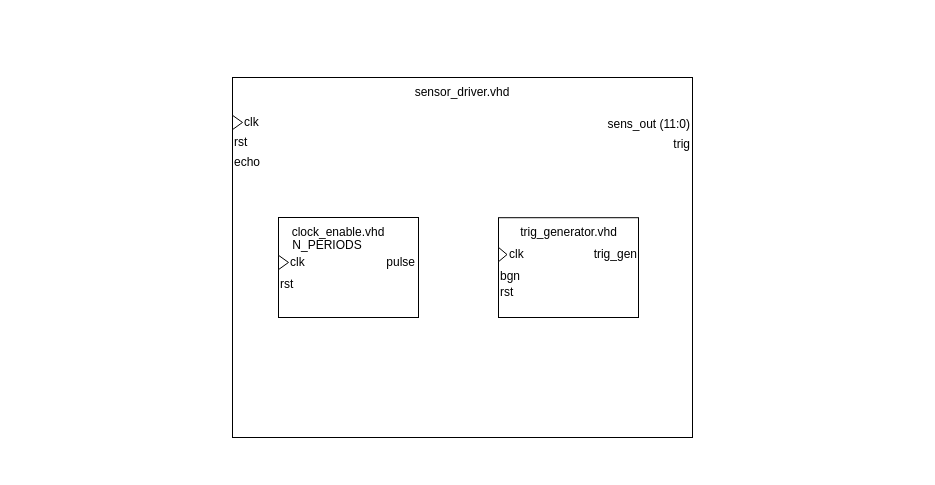
nemecekvit/Ultrasound-controller keeps this draw.io diagram as Diagrams/sensor_driver.drawio. Above is the earlier version. Source tidied: cells renumbered, new cells numbered last; positions are measured from the earlier drawing's top-left corner, leaving out a move shared by most shapes. Both pictures are drawn from the tidied source at 100%, with x=0, y=0 at pixel (232, 77).
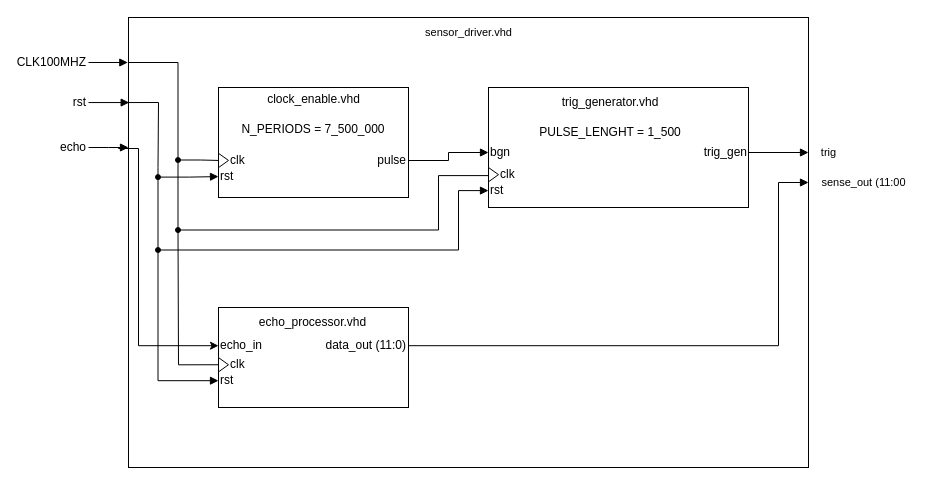
The same page after the edit.

Commit message:
sensor_driver edited

What changed in the source:
```diff
@@
-    <mxCell id="2" style="rounded=0;whiteSpace=wrap;html=1;" parent="1" vertex="1">
-      <mxGeometry width="460" height="360" as="geometry" />
-    </mxCell>
+    <mxCell id="26" style="rounded=0;whiteSpace=wrap;html=1;fontFamily=Helvetica;fontSize=11;fontColor=default;labelBackgroundColor=default;fillColor=none;" parent="1" vertex="1">
+      <mxGeometry x="-104" y="-60" width="680" height="450" as="geometry" />
+    </mxCell>
+    <mxCell id="27" style="group;align=left;" parent="1" vertex="1">
+      <mxGeometry x="-14" y="10" width="190" height="140" as="geometry" />
+    </mxCell>
+    <mxCell id="28" style="rounded=0;whiteSpace=wrap;html=1;" parent="27" vertex="1">
+      <mxGeometry width="190" height="110" as="geometry" />
+    </mxCell>
+    <mxCell id="12" value="clock_enable.vhd" style="text;html=1;align=center;verticalAlign=middle;whiteSpace=wrap;rounded=0;" parent="27" vertex="1">
+      <mxGeometry x="47.5" y="-7.1" width="95" height="38.2" as="geometry" />
+    </mxCell>
+    <mxCell id="29" value="clk" style="text;html=1;align=left;verticalAlign=middle;whiteSpace=wrap;rounded=0;" parent="27" vertex="1">
+      <mxGeometry x="10" y="53.9" width="95" height="38.2" as="geometry" />
+    </mxCell>
+    <mxCell id="30" value="rst" style="text;html=1;align=left;verticalAlign=middle;whiteSpace=wrap;rounded=0;" parent="27" vertex="1">
+      <mxGeometry y="70" width="95" height="38.2" as="geometry" />
+    </mxCell>
+    <mxCell id="17" value="pulse" style="text;html=1;align=right;verticalAlign=middle;whiteSpace=wrap;rounded=0;" parent="27" vertex="1">
+      <mxGeometry x="95" y="53.9" width="95" height="38.2" as="geometry" />
+    </mxCell>
+    <mxCell id="31" value="N_PERIODS = 7_500_000" style="text;html=1;align=center;verticalAlign=middle;whiteSpace=wrap;rounded=0;" parent="27" vertex="1">
+      <mxGeometry x="20" y="23.3" width="150" height="38.2" as="geometry" />
+    </mxCell>
+    <mxCell id="32" style="triangle;whiteSpace=wrap;html=1;fontFamily=Helvetica;fontSize=11;fontColor=default;labelBackgroundColor=default;" parent="27" vertex="1">
+      <mxGeometry y="65.8" width="10" height="14.3" as="geometry" />
+    </mxCell>
+    <mxCell id="33" style="rounded=0;whiteSpace=wrap;html=1;" parent="1" vertex="1">
+      <mxGeometry x="256" y="10" width="260" height="120" as="geometry" />
+    </mxCell>
+    <mxCell id="20" value="trig_generator.vhd" style="text;html=1;align=center;verticalAlign=middle;whiteSpace=wrap;rounded=0;" parent="1" vertex="1">
+      <mxGeometry x="329.1" y="10" width="97.5" height="30" as="geometry" />
+    </mxCell>
+    <mxCell id="34" value="rst" style="text;html=1;align=left;verticalAlign=middle;whiteSpace=wrap;rounded=0;" parent="1" vertex="1">
+      <mxGeometry x="256" y="98.1" width="97.5" height="30" as="geometry" />
+    </mxCell>
+    <mxCell id="23" value="bgn" style="text;html=1;align=left;verticalAlign=middle;whiteSpace=wrap;rounded=0;" parent="1" vertex="1">
+      <mxGeometry x="256" y="60" width="97.5" height="30" as="geometry" />
+    </mxCell>
+    <mxCell id="35" style="edgeStyle=orthogonalEdgeStyle;shape=connector;rounded=0;jettySize=auto;html=1;strokeColor=default;align=center;verticalAlign=middle;fontFamily=Helvetica;fontSize=11;fontColor=default;labelBackgroundColor=default;startFill=0;endArrow=block;endFill=1;" parent="1" edge="1" source="25" target="8">
+      <mxGeometry relative="1" as="geometry" />
+    </mxCell>
+    <mxCell id="25" value="trig_gen" style="text;html=1;align=right;verticalAlign=middle;whiteSpace=wrap;rounded=0;" parent="1" vertex="1">
+      <mxGeometry x="418.5" y="60" width="97.5" height="30" as="geometry" />
+    </mxCell>
+    <mxCell id="36" value="PULSE_LENGHT = 1_500" style="text;html=1;align=center;verticalAlign=middle;whiteSpace=wrap;rounded=0;" parent="1" vertex="1">
+      <mxGeometry x="304.8" y="30" width="146.2" height="50" as="geometry" />
+    </mxCell>
+    <mxCell id="37" style="group;" parent="1" vertex="1">
+      <mxGeometry x="-14" y="230" width="190" height="100" as="geometry" />
+    </mxCell>
+    <mxCell id="38" style="rounded=0;whiteSpace=wrap;html=1;" parent="37" vertex="1">
+      <mxGeometry width="190" height="100" as="geometry" />
+    </mxCell>
+    <mxCell id="39" value="echo_processor.vhd" style="text;html=1;align=center;verticalAlign=middle;whiteSpace=wrap;rounded=0;" parent="37" vertex="1">
+      <mxGeometry x="59.4" width="71.2" height="30" as="geometry" />
+    </mxCell>
+    <mxCell id="40" value="rst" style="text;html=1;align=left;verticalAlign=middle;whiteSpace=wrap;rounded=0;" parent="37" vertex="1">
+      <mxGeometry y="58.2" width="71.2" height="30" as="geometry" />
+    </mxCell>
+    <mxCell id="41" value="echo_in" style="text;html=1;align=left;verticalAlign=middle;whiteSpace=wrap;rounded=0;" parent="37" vertex="1">
+      <mxGeometry y="23.2" width="71.2" height="30" as="geometry" />
+    </mxCell>
+    <mxCell id="42" value="data_out (11:0)" style="text;html=1;align=right;verticalAlign=middle;whiteSpace=wrap;rounded=0;" parent="37" vertex="1">
+      <mxGeometry x="83.1" y="23.2" width="106.9" height="30" as="geometry" />
+    </mxCell>
+    <mxCell id="43" value="clk" style="text;html=1;align=left;verticalAlign=middle;whiteSpace=wrap;rounded=0;" parent="37" vertex="1">
+      <mxGeometry x="10" y="38.2" width="95" height="38.2" as="geometry" />
+    </mxCell>
+    <mxCell id="44" style="triangle;whiteSpace=wrap;html=1;fontFamily=Helvetica;fontSize=11;fontColor=default;labelBackgroundColor=default;" parent="37" vertex="1">
+      <mxGeometry y="50.1" width="10" height="14.3" as="geometry" />
+    </mxCell>
+    <mxCell id="45" value="&lt;span style=&quot;color: light-dark(rgb(0, 0, 0), rgb(0, 0, 0));&quot;&gt;CLK100MHZ&lt;/span&gt;" style="text;html=1;align=right;verticalAlign=middle;whiteSpace=wrap;rounded=0;" parent="1" vertex="1">
+      <mxGeometry x="-214" y="-30" width="70" height="30" as="geometry" />
+    </mxCell>
+    <mxCell id="46" value="clk" style="text;html=1;align=left;verticalAlign=middle;whiteSpace=wrap;rounded=0;" parent="1" vertex="1">
+      <mxGeometry x="266" y="78.1" width="95" height="38.2" as="geometry" />
+    </mxCell>
+    <mxCell id="47" style="triangle;whiteSpace=wrap;html=1;fontFamily=Helvetica;fontSize=11;fontColor=default;labelBackgroundColor=default;" parent="1" vertex="1">
+      <mxGeometry x="256" y="90" width="10" height="14.3" as="geometry" />
+    </mxCell>
+    <mxCell id="48" style="edgeStyle=orthogonalEdgeStyle;rounded=0;jettySize=auto;html=1;endArrow=block;endFill=1;" parent="1" edge="1" source="17" target="23">
+      <mxGeometry relative="1" as="geometry" />
+    </mxCell>
+    <mxCell id="49" style="edgeStyle=orthogonalEdgeStyle;shape=connector;rounded=0;jettySize=auto;html=1;entryX=0;entryY=0.5;entryDx=0;entryDy=0;strokeColor=default;align=center;verticalAlign=middle;fontFamily=Helvetica;fontSize=11;fontColor=default;labelBackgroundColor=default;startFill=0;endArrow=none;endFill=1;" parent="1" edge="1" source="51" target="32">
+      <mxGeometry relative="1" as="geometry" />
+    </mxCell>
+    <mxCell id="50" style="edgeStyle=orthogonalEdgeStyle;shape=connector;rounded=0;jettySize=auto;html=1;entryX=0.5;entryY=0;entryDx=0;entryDy=0;strokeColor=default;align=center;verticalAlign=middle;fontFamily=Helvetica;fontSize=11;fontColor=default;labelBackgroundColor=default;startFill=0;endArrow=none;endFill=1;" parent="1" edge="1" source="51" target="56">
+      <mxGeometry relative="1" as="geometry" />
+    </mxCell>
+    <mxCell id="51" style="ellipse;whiteSpace=wrap;html=1;fontFamily=Helvetica;fontSize=9;fontColor=default;labelBackgroundColor=default;fillColor=#000000;perimeterSpacing=0;spacing=0;" parent="1" vertex="1">
+      <mxGeometry x="-57" y="80" width="5" height="5" as="geometry" />
+    </mxCell>
+    <mxCell id="52" style="edgeStyle=orthogonalEdgeStyle;shape=connector;rounded=0;jettySize=auto;html=1;entryX=-0.001;entryY=0.1;entryDx=0;entryDy=0;entryPerimeter=0;strokeColor=default;align=center;verticalAlign=middle;fontFamily=Helvetica;fontSize=11;fontColor=default;labelBackgroundColor=default;endArrow=block;endFill=1;" parent="1" edge="1" source="45" target="26">
+      <mxGeometry relative="1" as="geometry" />
+    </mxCell>
+    <mxCell id="53" style="edgeStyle=orthogonalEdgeStyle;shape=connector;rounded=0;jettySize=auto;html=1;entryX=-0.001;entryY=0.1;entryDx=0;entryDy=0;entryPerimeter=0;strokeColor=default;align=center;verticalAlign=middle;fontFamily=Helvetica;fontSize=11;fontColor=default;labelBackgroundColor=default;endArrow=none;endFill=1;startFill=0;" parent="1" edge="1" source="51" target="26">
+      <mxGeometry relative="1" as="geometry">
+        <Array as="points">
+          <mxPoint x="-54" y="-15" />
+        </Array>
+      </mxGeometry>
+    </mxCell>
+    <mxCell id="54" style="edgeStyle=orthogonalEdgeStyle;shape=connector;rounded=0;jettySize=auto;html=1;entryX=0;entryY=0;entryDx=0;entryDy=0;strokeColor=default;align=center;verticalAlign=middle;fontFamily=Helvetica;fontSize=11;fontColor=default;labelBackgroundColor=default;startFill=0;endArrow=none;endFill=1;" parent="1" edge="1" source="56" target="34">
+      <mxGeometry relative="1" as="geometry">
+        <Array as="points">
+          <mxPoint x="206" y="153" />
+          <mxPoint x="206" y="98" />
+        </Array>
+      </mxGeometry>
+    </mxCell>
+    <mxCell id="55" style="edgeStyle=orthogonalEdgeStyle;shape=connector;rounded=0;jettySize=auto;html=1;entryX=0;entryY=0.5;entryDx=0;entryDy=0;strokeColor=default;align=center;verticalAlign=middle;fontFamily=Helvetica;fontSize=11;fontColor=default;labelBackgroundColor=default;startFill=0;endArrow=none;endFill=1;exitX=0.5;exitY=1;exitDx=0;exitDy=0;" parent="1" edge="1" source="56" target="44">
+      <mxGeometry relative="1" as="geometry">
+        <Array as="points">
+          <mxPoint x="-54" y="153" />
+          <mxPoint x="-54" y="153" />
+          <mxPoint x="-54" y="287" />
+        </Array>
+      </mxGeometry>
+    </mxCell>
+    <mxCell id="56" style="ellipse;whiteSpace=wrap;html=1;fontFamily=Helvetica;fontSize=9;fontColor=default;labelBackgroundColor=default;fillColor=#000000;perimeterSpacing=0;spacing=0;" parent="1" vertex="1">
+      <mxGeometry x="-57" y="150" width="5" height="5" as="geometry" />
+    </mxCell>
+    <mxCell id="57" style="edgeStyle=orthogonalEdgeStyle;shape=connector;rounded=0;jettySize=auto;html=1;entryX=0;entryY=0.5;entryDx=0;entryDy=0;strokeColor=default;align=center;verticalAlign=middle;fontFamily=Helvetica;fontSize=11;fontColor=default;labelBackgroundColor=default;startFill=0;endArrow=block;endFill=1;" parent="1" edge="1" source="59" target="30">
+      <mxGeometry relative="1" as="geometry" />
+    </mxCell>
+    <mxCell id="58" style="edgeStyle=orthogonalEdgeStyle;shape=connector;rounded=0;jettySize=auto;html=1;entryX=0.5;entryY=0;entryDx=0;entryDy=0;strokeColor=default;align=center;verticalAlign=middle;fontFamily=Helvetica;fontSize=11;fontColor=default;labelBackgroundColor=default;startFill=0;endArrow=none;endFill=1;" parent="1" edge="1" source="59" target="64">
+      <mxGeometry relative="1" as="geometry" />
+    </mxCell>
+    <mxCell id="59" style="ellipse;whiteSpace=wrap;html=1;fontFamily=Helvetica;fontSize=9;fontColor=default;labelBackgroundColor=default;fillColor=#000000;perimeterSpacing=0;spacing=0;" parent="1" vertex="1">
+      <mxGeometry x="-77" y="97.1" width="5" height="5" as="geometry" />
+    </mxCell>
+    <mxCell id="60" value="&lt;span style=&quot;color: light-dark(rgb(0, 0, 0), rgb(0, 0, 0));&quot;&gt;rst&lt;/span&gt;" style="text;html=1;align=right;verticalAlign=middle;whiteSpace=wrap;rounded=0;" parent="1" vertex="1">
+      <mxGeometry x="-214" y="10" width="70" height="30" as="geometry" />
+    </mxCell>
+    <mxCell id="61" style="edgeStyle=orthogonalEdgeStyle;shape=connector;rounded=0;jettySize=auto;html=1;entryX=0.001;entryY=0.189;entryDx=0;entryDy=0;entryPerimeter=0;strokeColor=default;align=center;verticalAlign=middle;fontFamily=Helvetica;fontSize=11;fontColor=default;labelBackgroundColor=default;startFill=0;endArrow=block;endFill=1;" parent="1" edge="1" source="60" target="26">
+      <mxGeometry relative="1" as="geometry" />
+    </mxCell>
+    <mxCell id="62" style="edgeStyle=orthogonalEdgeStyle;shape=connector;rounded=0;jettySize=auto;html=1;entryX=0;entryY=0.5;entryDx=0;entryDy=0;strokeColor=default;align=center;verticalAlign=middle;fontFamily=Helvetica;fontSize=11;fontColor=default;labelBackgroundColor=default;startFill=0;endArrow=block;endFill=1;" parent="1" edge="1" source="64" target="34">
+      <mxGeometry relative="1" as="geometry">
+        <Array as="points">
+          <mxPoint x="226" y="172" />
+          <mxPoint x="226" y="113" />
+        </Array>
+      </mxGeometry>
+    </mxCell>
+    <mxCell id="63" style="edgeStyle=orthogonalEdgeStyle;shape=connector;rounded=0;jettySize=auto;html=1;entryX=0;entryY=0.5;entryDx=0;entryDy=0;strokeColor=default;align=center;verticalAlign=middle;fontFamily=Helvetica;fontSize=11;fontColor=default;labelBackgroundColor=default;startFill=0;endArrow=block;endFill=1;exitX=0.5;exitY=1;exitDx=0;exitDy=0;" parent="1" edge="1" source="64" target="40">
+      <mxGeometry relative="1" as="geometry">
+        <Array as="points">
+          <mxPoint x="-75" y="303" />
+        </Array>
+      </mxGeometry>
+    </mxCell>
+    <mxCell id="64" style="ellipse;whiteSpace=wrap;html=1;fontFamily=Helvetica;fontSize=9;fontColor=default;labelBackgroundColor=default;fillColor=#000000;perimeterSpacing=0;spacing=0;" parent="1" vertex="1">
+      <mxGeometry x="-77" y="170" width="5" height="5" as="geometry" />
+    </mxCell>
+    <mxCell id="8" value="trig" style="text;html=1;align=center;verticalAlign=middle;points=[];strokeColor=none;fillColor=none;fontFamily=Helvetica;fontSize=11;fontColor=default;labelBackgroundColor=default;" parent="1" vertex="1">
+      <mxGeometry x="576" y="60" width="40" height="30" as="geometry" />
+    </mxCell>
+    <mxCell id="65" value="sense_out (11:00" style="text;html=1;align=center;verticalAlign=middle;points=[];strokeColor=none;fillColor=none;fontFamily=Helvetica;fontSize=11;fontColor=default;labelBackgroundColor=default;" parent="1" vertex="1">
+      <mxGeometry x="576" y="90" width="110" height="30" as="geometry" />
+    </mxCell>
+    <mxCell id="66" style="edgeStyle=orthogonalEdgeStyle;shape=connector;rounded=0;jettySize=auto;html=1;strokeColor=default;align=center;verticalAlign=middle;fontFamily=Helvetica;fontSize=11;fontColor=default;labelBackgroundColor=default;startFill=0;endArrow=block;endFill=1;" parent="1" edge="1" source="42" target="65">
+      <mxGeometry relative="1" as="geometry">
+        <Array as="points">
+          <mxPoint x="546" y="268" />
+          <mxPoint x="546" y="105" />
+        </Array>
+      </mxGeometry>
+    </mxCell>
+    <mxCell id="6" value="&lt;span style=&quot;color: light-dark(rgb(0, 0, 0), rgb(0, 0, 0));&quot;&gt;echo&lt;/span&gt;" style="text;html=1;align=right;verticalAlign=middle;whiteSpace=wrap;rounded=0;" parent="1" vertex="1">
+      <mxGeometry x="-214" y="55" width="70" height="30" as="geometry" />
+    </mxCell>
+    <mxCell id="67" style="edgeStyle=orthogonalEdgeStyle;shape=connector;rounded=0;jettySize=auto;html=1;strokeColor=default;align=center;verticalAlign=middle;fontFamily=Helvetica;fontSize=11;fontColor=default;labelBackgroundColor=default;startFill=0;endArrow=block;endFill=1;" parent="1" edge="1" source="6">
+      <mxGeometry relative="1" as="geometry">
+        <mxPoint x="-104" y="70" as="targetPoint" />
+      </mxGeometry>
+    </mxCell>
+    <mxCell id="68" style="endArrow=classic;html=1;rounded=0;strokeColor=default;align=center;verticalAlign=middle;fontFamily=Helvetica;fontSize=11;fontColor=default;labelBackgroundColor=default;edgeStyle=orthogonalEdgeStyle;entryX=0;entryY=0.5;entryDx=0;entryDy=0;" parent="1" edge="1" target="41">
+      <mxGeometry relative="1" as="geometry">
+        <mxPoint x="-114" y="70" as="sourcePoint" />
+        <Array as="points">
+          <mxPoint x="-114" y="71" />
+          <mxPoint x="-94" y="71" />
+          <mxPoint x="-94" y="268" />
+        </Array>
+      </mxGeometry>
+    </mxCell>
+    <mxCell id="69" style="edgeStyle=orthogonalEdgeStyle;shape=connector;rounded=0;jettySize=auto;html=1;entryX=0;entryY=0.189;entryDx=0;entryDy=0;entryPerimeter=0;strokeColor=default;align=center;verticalAlign=middle;fontFamily=Helvetica;fontSize=11;fontColor=default;labelBackgroundColor=default;startFill=0;endArrow=none;endFill=1;" parent="1" edge="1" source="59" target="26">
+      <mxGeometry relative="1" as="geometry">
+        <Array as="points">
+          <mxPoint x="-75" y="90" />
+          <mxPoint x="-74" y="90" />
+          <mxPoint x="-74" y="25" />
+        </Array>
+      </mxGeometry>
+    </mxCell>
-    <mxCell id="3" value="sensor_driver.vhd" style="text;html=1;align=center;verticalAlign=middle;whiteSpace=wrap;rounded=0;" parent="1" vertex="1">
-      <mxGeometry x="200" width="60" height="30" as="geometry" />
+    <mxCell id="3" value="sensor_driver.vhd" style="text;html=1;align=center;verticalAlign=middle;strokeColor=none;fillColor=none;fontFamily=Helvetica;fontSize=11;fontColor=default;labelBackgroundColor=default;" parent="1" vertex="1">
+      <mxGeometry x="181" y="-60" width="110" height="30" as="geometry" />
     </mxCell>
-    <mxCell id="4" value="clk" style="text;html=1;align=left;verticalAlign=middle;whiteSpace=wrap;rounded=0;" parent="1" vertex="1">
-      <mxGeometry x="10" y="30" width="60" height="30" as="geometry" />
-    </mxCell>
-    <mxCell id="5" value="rst" style="text;html=1;align=left;verticalAlign=middle;whiteSpace=wrap;rounded=0;" parent="1" vertex="1">
-      <mxGeometry y="50" width="60" height="30" as="geometry" />
-    </mxCell>
-    <mxCell id="6" value="echo" style="text;html=1;align=left;verticalAlign=middle;whiteSpace=wrap;rounded=0;" parent="1" vertex="1">
-      <mxGeometry y="70" width="60" height="30" as="geometry" />
-    </mxCell>
-    <mxCell id="7" style="triangle;whiteSpace=wrap;html=1;fontFamily=Helvetica;fontSize=11;fontColor=default;labelBackgroundColor=default;" parent="1" vertex="1">
-      <mxGeometry y="37.8" width="10" height="14.3" as="geometry" />
-    </mxCell>
-    <mxCell id="8" value="trig" style="text;html=1;align=right;verticalAlign=middle;whiteSpace=wrap;rounded=0;" parent="1" vertex="1">
-      <mxGeometry x="436" y="52.2" width="24" height="30" as="geometry" />
-    </mxCell>
-    <mxCell id="9" value="sens_out (11:0)" style="text;html=1;align=right;verticalAlign=middle;whiteSpace=wrap;rounded=0;" parent="1" vertex="1">
-      <mxGeometry x="370" y="32" width="90" height="30" as="geometry" />
-    </mxCell>
-    <mxCell id="10" style="group;" parent="1" vertex="1">
-      <mxGeometry x="46" y="140" width="140" height="100" as="geometry" />
-    </mxCell>
-    <mxCell id="11" style="rounded=0;whiteSpace=wrap;html=1;" parent="10" vertex="1">
-      <mxGeometry width="140" height="100" as="geometry" />
-    </mxCell>
-    <mxCell id="12" value="clock_enable.vhd" style="text;html=1;align=center;verticalAlign=middle;whiteSpace=wrap;rounded=0;" parent="10" vertex="1">
-      <mxGeometry x="30" width="60" height="30" as="geometry" />
-    </mxCell>
-    <mxCell id="13" value="N_PERIODS" style="text;html=1;align=center;verticalAlign=middle;whiteSpace=wrap;rounded=0;" parent="10" vertex="1">
-      <mxGeometry x="19" y="13.2" width="60" height="30" as="geometry" />
-    </mxCell>
-    <mxCell id="14" value="clk" style="text;html=1;align=left;verticalAlign=middle;whiteSpace=wrap;rounded=0;" parent="10" vertex="1">
-      <mxGeometry x="10" y="30" width="60" height="30" as="geometry" />
-    </mxCell>
-    <mxCell id="15" style="triangle;whiteSpace=wrap;html=1;fontFamily=Helvetica;fontSize=11;fontColor=default;labelBackgroundColor=default;" parent="10" vertex="1">
-      <mxGeometry y="37.8" width="10" height="14.3" as="geometry" />
-    </mxCell>
-    <mxCell id="16" value="rst" style="text;html=1;align=left;verticalAlign=middle;whiteSpace=wrap;rounded=0;" parent="10" vertex="1">
-      <mxGeometry y="52.2" width="60" height="30" as="geometry" />
-    </mxCell>
-    <mxCell id="17" value="pulse" style="text;html=1;align=right;verticalAlign=middle;whiteSpace=wrap;rounded=0;" parent="10" vertex="1">
-      <mxGeometry x="79" y="30" width="60" height="30" as="geometry" />
-    </mxCell>
-    <mxCell id="18" style="group;" parent="1" vertex="1">
-      <mxGeometry x="266" y="140" width="141" height="100" as="geometry" />
-    </mxCell>
-    <mxCell id="19" style="rounded=0;whiteSpace=wrap;html=1;" parent="18" vertex="1">
-      <mxGeometry y="0.2" width="140" height="99.8" as="geometry" />
-    </mxCell>
-    <mxCell id="20" value="trig_generator.vhd" style="text;html=1;align=center;verticalAlign=middle;whiteSpace=wrap;rounded=0;" parent="18" vertex="1">
-      <mxGeometry x="44.5" width="51" height="29.9" as="geometry" />
-    </mxCell>
-    <mxCell id="21" value="clk" style="text;html=1;align=left;verticalAlign=middle;whiteSpace=wrap;rounded=0;" parent="18" vertex="1">
-      <mxGeometry x="8.5" y="22.1" width="51" height="29.9" as="geometry" />
-    </mxCell>
-    <mxCell id="22" style="triangle;whiteSpace=wrap;html=1;fontFamily=Helvetica;fontSize=11;fontColor=default;labelBackgroundColor=default;" parent="18" vertex="1">
-      <mxGeometry y="29.9" width="8.5" height="14.3" as="geometry" />
-    </mxCell>
-    <mxCell id="23" value="bgn" style="text;html=1;align=left;verticalAlign=middle;whiteSpace=wrap;rounded=0;" parent="18" vertex="1">
-      <mxGeometry y="44.3" width="51" height="29.9" as="geometry" />
-    </mxCell>
-    <mxCell id="24" value="rst" style="text;html=1;align=left;verticalAlign=middle;whiteSpace=wrap;rounded=0;" parent="18" vertex="1">
-      <mxGeometry y="60.1" width="51" height="29.9" as="geometry" />
-    </mxCell>
-    <mxCell id="25" value="trig_gen" style="text;html=1;align=right;verticalAlign=middle;whiteSpace=wrap;rounded=0;" parent="18" vertex="1">
-      <mxGeometry x="90" y="22.1" width="51" height="29.9" as="geometry" />
-    </mxCell>
```
